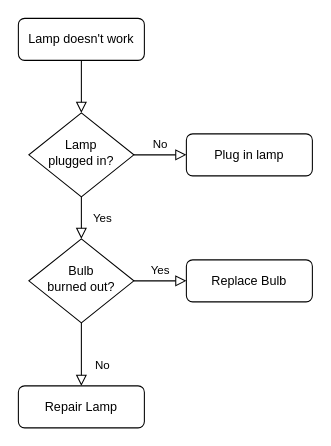
This is Diagrama sem nome.drawio from FelipeKatao/BomCupom, a draw.io file, before an edit. Source tidied: cells renumbered, new cells numbered last; positions are measured from the earlier drawing's top-left corner, leaving out a move shared by most shapes. Both pictures are drawn from the tidied source at 105%, with x=0, y=0 at pixel (18, 18).
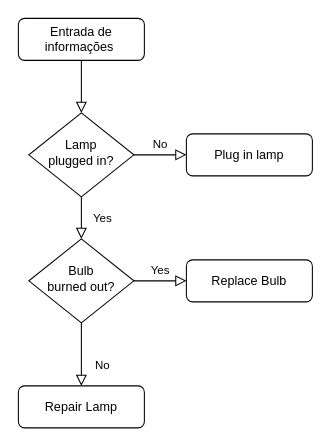
The same diagram, later.

Change to the diagram source:
```diff
@@
 <mxGraphModel>
   <root>
     <mxCell id="0" />
     <mxCell id="1" parent="0" />
     <mxCell id="2" style="rounded=0;html=1;jettySize=auto;fontSize=11;endArrow=block;endFill=0;endSize=8;strokeWidth=1;shadow=0;labelBackgroundColor=none;edgeStyle=orthogonalEdgeStyle;" parent="1" edge="1" source="3" target="6">
       <mxGeometry relative="1" as="geometry" />
     </mxCell>
-    <mxCell id="3" value="Lamp doesn't work" style="rounded=1;whiteSpace=wrap;html=1;fontSize=12;glass=0;strokeWidth=1;shadow=0;" parent="1" vertex="1">
+    <mxCell id="3" value="Entrada de informações&amp;nbsp;" style="rounded=1;whiteSpace=wrap;html=1;fontSize=12;glass=0;strokeWidth=1;shadow=0;" parent="1" vertex="1">
       <mxGeometry width="120" height="40" as="geometry" />
     </mxCell>
     <mxCell id="4" value="Yes" style="rounded=0;html=1;jettySize=auto;fontSize=11;endArrow=block;endFill=0;endSize=8;strokeWidth=1;shadow=0;labelBackgroundColor=none;edgeStyle=orthogonalEdgeStyle;" parent="1" edge="1" source="6" target="10">
       <mxGeometry y="20" relative="1" as="geometry" />
     </mxCell>
     <mxCell id="5" value="No" style="edgeStyle=orthogonalEdgeStyle;rounded=0;html=1;jettySize=auto;fontSize=11;endArrow=block;endFill=0;endSize=8;strokeWidth=1;shadow=0;labelBackgroundColor=none;" parent="1" edge="1" source="6" target="7">
       <mxGeometry y="10" relative="1" as="geometry" />
     </mxCell>
     <mxCell id="6" value="Lamp&lt;br&gt;plugged in?" style="rhombus;whiteSpace=wrap;html=1;shadow=0;fontFamily=Helvetica;fontSize=12;align=center;strokeWidth=1;spacing=6;spacingTop=-4;" parent="1" vertex="1">
       <mxGeometry x="10" y="90" width="100" height="80" as="geometry" />
     </mxCell>
     <mxCell id="7" value="Plug in lamp" style="rounded=1;whiteSpace=wrap;html=1;fontSize=12;glass=0;strokeWidth=1;shadow=0;" parent="1" vertex="1">
       <mxGeometry x="160" y="110" width="120" height="40" as="geometry" />
     </mxCell>
     <mxCell id="8" value="No" style="rounded=0;html=1;jettySize=auto;fontSize=11;endArrow=block;endFill=0;endSize=8;strokeWidth=1;shadow=0;labelBackgroundColor=none;edgeStyle=orthogonalEdgeStyle;" parent="1" edge="1" source="10" target="11">
       <mxGeometry x="0.33" y="20" relative="1" as="geometry" />
     </mxCell>
     <mxCell id="9" value="Yes" style="edgeStyle=orthogonalEdgeStyle;rounded=0;html=1;jettySize=auto;fontSize=11;endArrow=block;endFill=0;endSize=8;strokeWidth=1;shadow=0;labelBackgroundColor=none;" parent="1" edge="1" source="10" target="12">
       <mxGeometry y="10" relative="1" as="geometry" />
     </mxCell>
     <mxCell id="10" value="Bulb&lt;br&gt;burned out?" style="rhombus;whiteSpace=wrap;html=1;shadow=0;fontFamily=Helvetica;fontSize=12;align=center;strokeWidth=1;spacing=6;spacingTop=-4;" parent="1" vertex="1">
       <mxGeometry x="10" y="210" width="100" height="80" as="geometry" />
     </mxCell>
     <mxCell id="11" value="Repair Lamp" style="rounded=1;whiteSpace=wrap;html=1;fontSize=12;glass=0;strokeWidth=1;shadow=0;" parent="1" vertex="1">
       <mxGeometry y="350" width="120" height="40" as="geometry" />
     </mxCell>
     <mxCell id="12" value="Replace Bulb" style="rounded=1;whiteSpace=wrap;html=1;fontSize=12;glass=0;strokeWidth=1;shadow=0;" parent="1" vertex="1">
       <mxGeometry x="160" y="230" width="120" height="40" as="geometry" />
     </mxCell>
   </root>
 </mxGraphModel>
```
